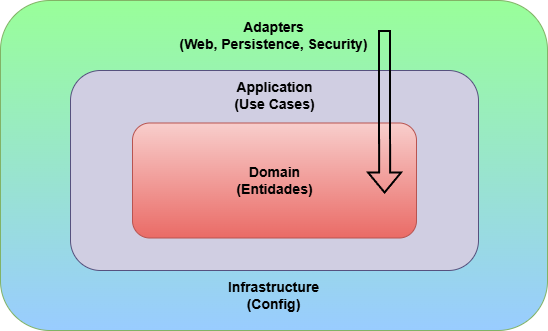
The draw.io diagram docs/diagrama-simplificado-gestrec.png in gabrielsmm/gestrec-api, before a commit. Source tidied: cells renumbered, new cells last; positions are measured from the earlier drawing's top-left corner, leaving out a move shared by most shapes. The source it was exported from:
```xml
<mxGraphModel>
  <root>
    <mxCell id="0" />
    <mxCell id="1" parent="0" />
    <mxCell id="2" style="rounded=1;whiteSpace=wrap;html=1;fillColor=#99FF99;strokeColor=#82b366;gradientColor=#99CCFF;" parent="1" vertex="1">
      <mxGeometry width="547" height="330" as="geometry" />
    </mxCell>
    <mxCell id="3" style="rounded=1;whiteSpace=wrap;html=1;fillColor=#d0cee2;strokeColor=#56517e;" parent="1" vertex="1">
      <mxGeometry x="70" y="70" width="408" height="200" as="geometry" />
    </mxCell>
    <mxCell id="4" style="rounded=1;whiteSpace=wrap;html=1;fillColor=#f8cecc;gradientColor=#ea6b66;strokeColor=#b85450;" parent="1" vertex="1">
      <mxGeometry x="132" y="122.5" width="284" height="115" as="geometry" />
    </mxCell>
    <mxCell id="5" value="&lt;b&gt;&lt;font style=&quot;color: rgb(0, 0, 0); font-size: 14px;&quot;&gt;Adapters&lt;/font&gt;&lt;/b&gt;&lt;div&gt;&lt;b&gt;&lt;font style=&quot;color: rgb(0, 0, 0); font-size: 14px;&quot;&gt;(Web, Persistence, Security)&lt;/font&gt;&lt;/b&gt;&lt;/div&gt;" style="text;html=1;whiteSpace=wrap;strokeColor=none;fillColor=none;align=center;verticalAlign=middle;rounded=0;" parent="1" vertex="1">
      <mxGeometry x="163" y="20" width="221" height="30" as="geometry" />
    </mxCell>
    <mxCell id="6" value="&lt;font color=&quot;#000000&quot;&gt;&lt;span style=&quot;font-size: 14px;&quot;&gt;&lt;b&gt;Application&lt;/b&gt;&lt;/span&gt;&lt;/font&gt;&lt;div&gt;&lt;font color=&quot;#000000&quot;&gt;&lt;span style=&quot;font-size: 14px;&quot;&gt;&lt;b&gt;(Use Cases)&lt;/b&gt;&lt;/span&gt;&lt;/font&gt;&lt;/div&gt;" style="text;html=1;whiteSpace=wrap;strokeColor=none;fillColor=none;align=center;verticalAlign=middle;rounded=0;" parent="1" vertex="1">
      <mxGeometry x="163.5" y="80" width="221" height="30" as="geometry" />
    </mxCell>
    <mxCell id="7" value="&lt;font color=&quot;#000000&quot;&gt;&lt;span style=&quot;font-size: 14px;&quot;&gt;&lt;b&gt;Domain&lt;/b&gt;&lt;/span&gt;&lt;/font&gt;&lt;div&gt;&lt;font color=&quot;#000000&quot;&gt;&lt;span style=&quot;font-size: 14px;&quot;&gt;&lt;b&gt;(Entidades)&lt;/b&gt;&lt;/span&gt;&lt;/font&gt;&lt;/div&gt;" style="text;html=1;whiteSpace=wrap;strokeColor=none;fillColor=none;align=center;verticalAlign=middle;rounded=0;" parent="1" vertex="1">
      <mxGeometry x="163.5" y="165" width="221" height="30" as="geometry" />
    </mxCell>
    <mxCell id="8" style="shape=flexArrow;endArrow=classic;html=1;rounded=0;strokeColor=#000000;exitX=0.891;exitY=0.967;exitDx=0;exitDy=0;exitPerimeter=0;startSize=6;strokeWidth=2;" parent="1" edge="1">
      <mxGeometry relative="1" as="geometry">
        <mxPoint x="384.5" y="30" as="sourcePoint" />
        <mxPoint x="384.6" y="193.5" as="targetPoint" />
      </mxGeometry>
    </mxCell>
    <mxCell id="9" value="&lt;font color=&quot;#000000&quot;&gt;&lt;span style=&quot;font-size: 14px;&quot;&gt;&lt;b&gt;Infrastructure&lt;/b&gt;&lt;/span&gt;&lt;/font&gt;&lt;div&gt;&lt;font color=&quot;#000000&quot;&gt;&lt;span style=&quot;font-size: 14px;&quot;&gt;&lt;b&gt;(Config)&lt;/b&gt;&lt;/span&gt;&lt;/font&gt;&lt;/div&gt;" style="text;html=1;whiteSpace=wrap;strokeColor=none;fillColor=none;align=center;verticalAlign=middle;rounded=0;" parent="1" vertex="1">
      <mxGeometry x="163" y="280" width="221" height="30" as="geometry" />
    </mxCell>
  </root>
</mxGraphModel>
```
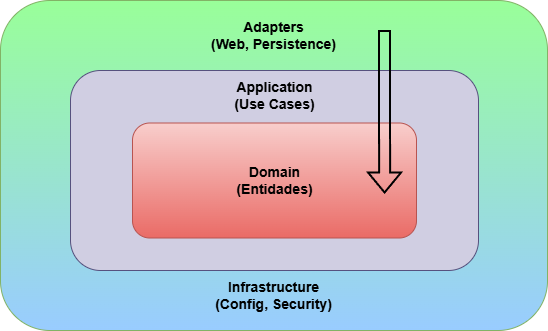
After the change.

Commit message:
refactor: move classes de segurança para o pacote infrastructure

Change to the diagram source:
```diff
@@ -11,7 +11,7 @@
     <mxCell id="4" style="rounded=1;whiteSpace=wrap;html=1;fillColor=#f8cecc;gradientColor=#ea6b66;strokeColor=#b85450;" parent="1" vertex="1">
       <mxGeometry x="132" y="122.5" width="284" height="115" as="geometry" />
     </mxCell>
-    <mxCell id="5" value="&lt;b&gt;&lt;font style=&quot;color: rgb(0, 0, 0); font-size: 14px;&quot;&gt;Adapters&lt;/font&gt;&lt;/b&gt;&lt;div&gt;&lt;b&gt;&lt;font style=&quot;color: rgb(0, 0, 0); font-size: 14px;&quot;&gt;(Web, Persistence, Security)&lt;/font&gt;&lt;/b&gt;&lt;/div&gt;" style="text;html=1;whiteSpace=wrap;strokeColor=none;fillColor=none;align=center;verticalAlign=middle;rounded=0;" parent="1" vertex="1">
+    <mxCell id="5" value="&lt;b&gt;&lt;font style=&quot;color: rgb(0, 0, 0); font-size: 14px;&quot;&gt;Adapters&lt;/font&gt;&lt;/b&gt;&lt;div&gt;&lt;b&gt;&lt;font style=&quot;color: rgb(0, 0, 0); font-size: 14px;&quot;&gt;(Web, Persistence)&lt;/font&gt;&lt;/b&gt;&lt;/div&gt;" style="text;html=1;whiteSpace=wrap;strokeColor=none;fillColor=none;align=center;verticalAlign=middle;rounded=0;" parent="1" vertex="1">
       <mxGeometry x="163" y="20" width="221" height="30" as="geometry" />
     </mxCell>
     <mxCell id="6" value="&lt;font color=&quot;#000000&quot;&gt;&lt;span style=&quot;font-size: 14px;&quot;&gt;&lt;b&gt;Application&lt;/b&gt;&lt;/span&gt;&lt;/font&gt;&lt;div&gt;&lt;font color=&quot;#000000&quot;&gt;&lt;span style=&quot;font-size: 14px;&quot;&gt;&lt;b&gt;(Use Cases)&lt;/b&gt;&lt;/span&gt;&lt;/font&gt;&lt;/div&gt;" style="text;html=1;whiteSpace=wrap;strokeColor=none;fillColor=none;align=center;verticalAlign=middle;rounded=0;" parent="1" vertex="1">
@@ -26,7 +26,7 @@
         <mxPoint x="384.6" y="193.5" as="targetPoint" />
       </mxGeometry>
     </mxCell>
-    <mxCell id="9" value="&lt;font color=&quot;#000000&quot;&gt;&lt;span style=&quot;font-size: 14px;&quot;&gt;&lt;b&gt;Infrastructure&lt;/b&gt;&lt;/span&gt;&lt;/font&gt;&lt;div&gt;&lt;font color=&quot;#000000&quot;&gt;&lt;span style=&quot;font-size: 14px;&quot;&gt;&lt;b&gt;(Config)&lt;/b&gt;&lt;/span&gt;&lt;/font&gt;&lt;/div&gt;" style="text;html=1;whiteSpace=wrap;strokeColor=none;fillColor=none;align=center;verticalAlign=middle;rounded=0;" parent="1" vertex="1">
+    <mxCell id="9" value="&lt;font color=&quot;#000000&quot;&gt;&lt;span style=&quot;font-size: 14px;&quot;&gt;&lt;b&gt;Infrastructure&lt;/b&gt;&lt;/span&gt;&lt;/font&gt;&lt;div&gt;&lt;font color=&quot;#000000&quot;&gt;&lt;span style=&quot;font-size: 14px;&quot;&gt;&lt;b&gt;(Config, Security)&lt;/b&gt;&lt;/span&gt;&lt;/font&gt;&lt;/div&gt;" style="text;html=1;whiteSpace=wrap;strokeColor=none;fillColor=none;align=center;verticalAlign=middle;rounded=0;" parent="1" vertex="1">
       <mxGeometry x="163" y="280" width="221" height="30" as="geometry" />
     </mxCell>
   </root>
```
